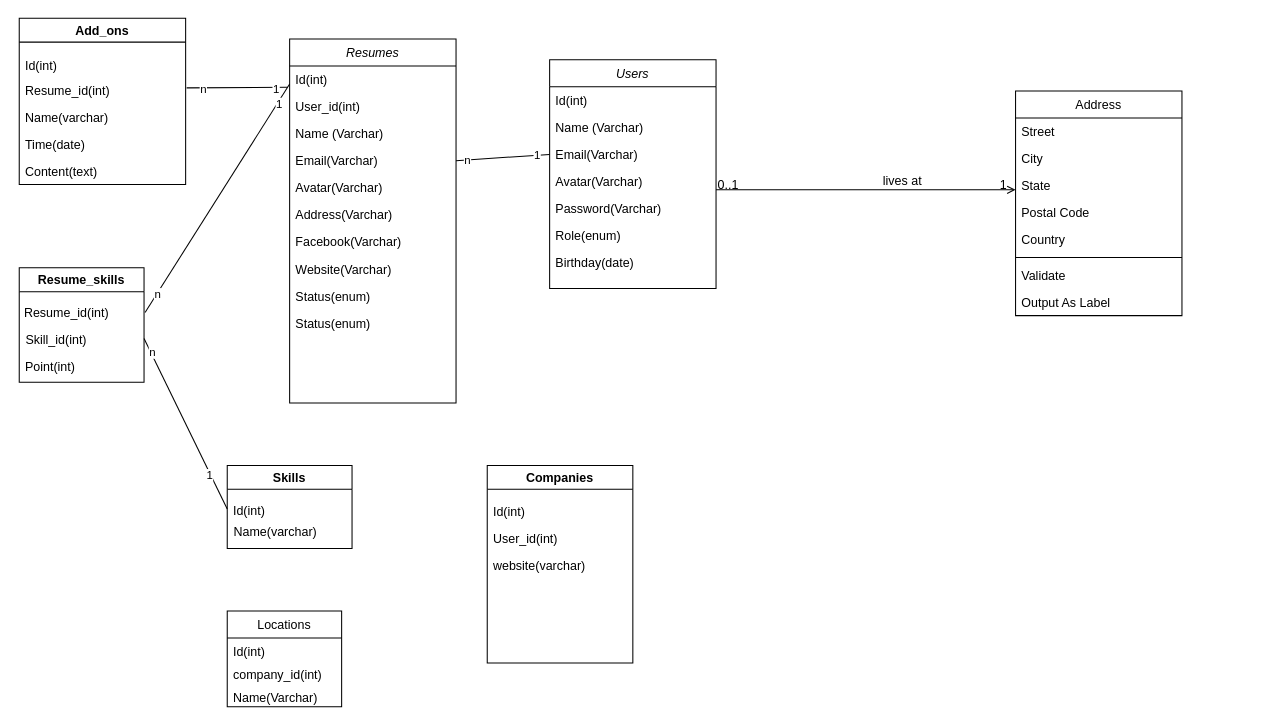
Before: find-job-database.drawio in LVQA1998/libraby, a draw.io diagram. Source tidied: cells renumbered, new cells numbered last; positions are measured from the earlier drawing's top-left corner, leaving out a move shared by most shapes. Both pictures are drawn from the tidied source at 104%, with x=0, y=0 at pixel (18, 18).
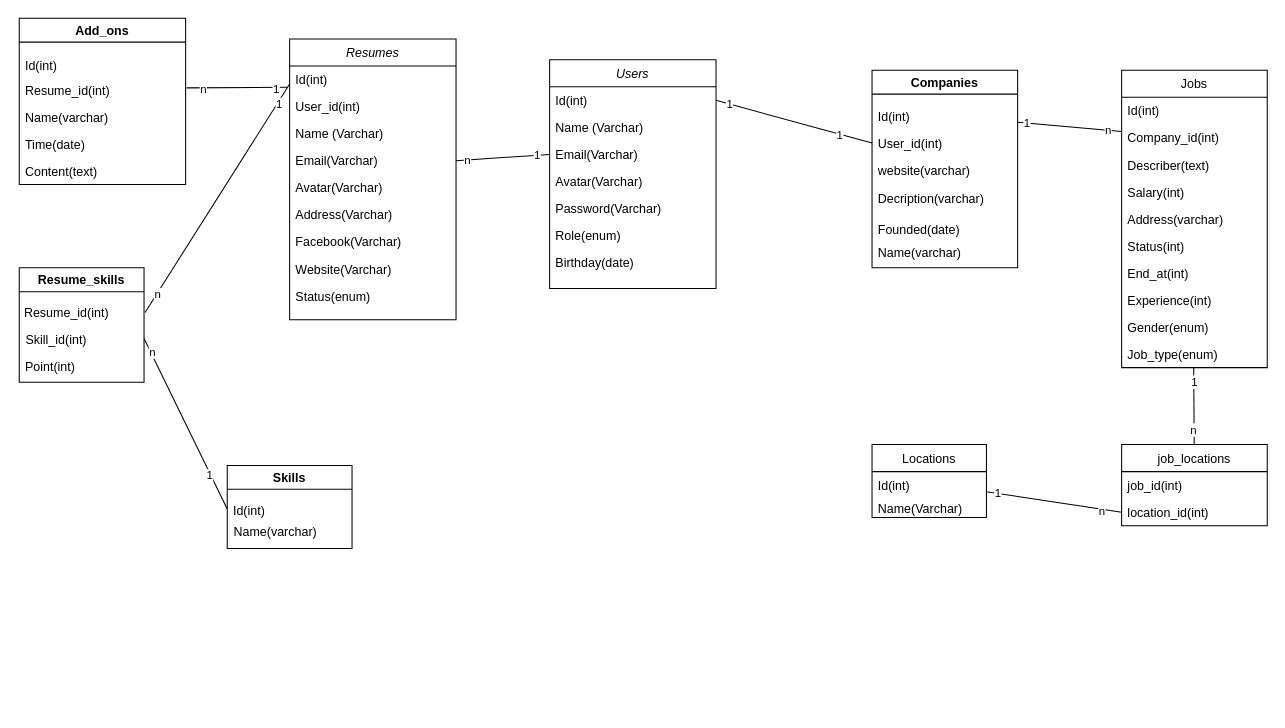
Above is the later version.

The change refers to these unchanged cells:
```xml
<mxCell id="2" value="Users" style="swimlane;fontStyle=2;align=center;verticalAlign=top;horizontal=1;startSize=26;rounded=0;shadow=0;strokeWidth=1;" parent="1" vertex="1">
  <mxGeometry x="511" y="40" width="160" height="220" as="geometry" />
</mxCell>
<mxCell id="3" value="Id(int)" style="text;align=left;verticalAlign=top;spacingLeft=4;spacingRight=4;overflow=hidden;points=[[0,0.5],[1,0.5]];portConstraint=eastwest;" parent="2" vertex="1">
  <mxGeometry y="26" width="160" height="26" as="geometry" />
</mxCell>
<mxCell id="61" value="Id(int)" style="text;strokeColor=none;fillColor=none;align=left;verticalAlign=top;spacingLeft=4;spacingRight=4;overflow=hidden;points=[[0,0.5],[1,0.5]];portConstraint=eastwest;" parent="60" vertex="1">
  <mxGeometry y="31" width="140" height="26" as="geometry" />
</mxCell>
<mxCell id="62" value="User_id(int)" style="text;strokeColor=none;fillColor=none;align=left;verticalAlign=top;spacingLeft=4;spacingRight=4;overflow=hidden;points=[[0,0.5],[1,0.5]];portConstraint=eastwest;" parent="60" vertex="1">
  <mxGeometry y="57" width="140" height="26" as="geometry" />
</mxCell>
<mxCell id="66" value="Id(int)" style="text;strokeColor=none;fillColor=none;align=left;verticalAlign=top;spacingLeft=4;spacingRight=4;overflow=hidden;points=[[0,0.5],[1,0.5]];portConstraint=eastwest;" parent="65" vertex="1">
  <mxGeometry y="26" width="110" height="22" as="geometry" />
</mxCell>
```

Diff of the diagram source:
```diff
@@
-    <mxCell id="10" value="Address" style="swimlane;fontStyle=0;align=center;verticalAlign=top;horizontal=1;startSize=26;rounded=0;shadow=0;strokeWidth=1;" parent="1" vertex="1">
-      <mxGeometry x="959" y="70" width="160" height="216" as="geometry" />
-    </mxCell>
-    <mxCell id="11" value="Street" style="text;align=left;verticalAlign=top;spacingLeft=4;spacingRight=4;overflow=hidden;" parent="10" vertex="1">
-      <mxGeometry y="26" width="160" height="26" as="geometry" />
-    </mxCell>
-    <mxCell id="12" value="City" style="text;align=left;verticalAlign=top;spacingLeft=4;spacingRight=4;overflow=hidden;rounded=0;shadow=0;html=0;" parent="10" vertex="1">
-      <mxGeometry y="52" width="160" height="26" as="geometry" />
-    </mxCell>
-    <mxCell id="13" value="State" style="text;align=left;verticalAlign=top;spacingLeft=4;spacingRight=4;overflow=hidden;rounded=0;shadow=0;html=0;" parent="10" vertex="1">
-      <mxGeometry y="78" width="160" height="26" as="geometry" />
-    </mxCell>
-    <mxCell id="14" value="Postal Code" style="text;align=left;verticalAlign=top;spacingLeft=4;spacingRight=4;overflow=hidden;rounded=0;shadow=0;html=0;" parent="10" vertex="1">
-      <mxGeometry y="104" width="160" height="26" as="geometry" />
-    </mxCell>
-    <mxCell id="15" value="Country" style="text;align=left;verticalAlign=top;spacingLeft=4;spacingRight=4;overflow=hidden;rounded=0;shadow=0;html=0;" parent="10" vertex="1">
-      <mxGeometry y="130" width="160" height="26" as="geometry" />
-    </mxCell>
-    <mxCell id="16" style="line;html=1;strokeWidth=1;align=left;verticalAlign=middle;spacingTop=-1;spacingLeft=3;spacingRight=3;labelPosition=right;" parent="10" vertex="1">
-      <mxGeometry y="156" width="160" height="8" as="geometry" />
-    </mxCell>
-    <mxCell id="17" value="Validate" style="text;align=left;verticalAlign=top;spacingLeft=4;spacingRight=4;overflow=hidden;" parent="10" vertex="1">
-      <mxGeometry y="164" width="160" height="26" as="geometry" />
-    </mxCell>
-    <mxCell id="18" value="Output As Label" style="text;align=left;verticalAlign=top;spacingLeft=4;spacingRight=4;overflow=hidden;" parent="10" vertex="1">
-      <mxGeometry y="190" width="160" height="26" as="geometry" />
-    </mxCell>
-    <mxCell id="19" style="endArrow=open;shadow=0;strokeWidth=1;rounded=0;endFill=1;edgeStyle=elbowEdgeStyle;elbow=vertical;" parent="1" edge="1" source="2" target="10">
-      <mxGeometry x="0.5" y="41" relative="1" as="geometry">
-        <mxPoint x="-40" y="32" as="offset" />
-      </mxGeometry>
-    </mxCell>
-    <mxCell id="20" value="0..1" style="align=left;verticalAlign=bottom;labelBackgroundColor=none;fontSize=12;" parent="19" vertex="1">
-      <mxGeometry x="-1" relative="1" as="geometry">
-        <mxPoint y="4" as="offset" />
-      </mxGeometry>
-    </mxCell>
-    <mxCell id="21" value="1" style="align=right;verticalAlign=bottom;labelBackgroundColor=none;fontSize=12;" parent="19" vertex="1">
-      <mxGeometry x="1" relative="1" as="geometry">
-        <mxPoint x="-7" y="4" as="offset" />
-      </mxGeometry>
-    </mxCell>
-    <mxCell id="22" value="lives at" style="text;html=1;align=center;verticalAlign=middle;labelBackgroundColor=none;rounded=0;shadow=0;strokeWidth=1;fontSize=12;" parent="19" vertex="1">
-      <mxGeometry x="0.5" y="49" relative="1" as="geometry">
-        <mxPoint x="-38" y="40" as="offset" />
-      </mxGeometry>
-    </mxCell>
@@
     <mxCell id="27" value="Resumes" style="swimlane;fontStyle=2;align=center;verticalAlign=top;horizontal=1;startSize=26;rounded=0;shadow=0;strokeWidth=1;" parent="23" vertex="1">
-      <mxGeometry x="261" y="20" width="160" height="350" as="geometry" />
+      <mxGeometry x="261" y="20" width="160" height="270" as="geometry" />
     </mxCell>
@@
-    <mxCell id="37" value="Status(enum)" style="text;align=left;verticalAlign=top;spacingLeft=4;spacingRight=4;overflow=hidden;rounded=0;shadow=0;html=0;" parent="27" vertex="1">
-      <mxGeometry y="260" width="160" height="26" as="geometry" />
-    </mxCell>
@@
     <mxCell id="60" value="Companies" style="swimlane;" parent="23" vertex="1">
-      <mxGeometry x="451" y="430" width="140" height="190" as="geometry" />
+      <mxGeometry x="821" y="50" width="140" height="190" as="geometry" />
     </mxCell>
@@
+    <mxCell id="69" value="Decription(varchar)" style="text;strokeColor=none;fillColor=none;align=left;verticalAlign=top;spacingLeft=4;spacingRight=4;overflow=hidden;" parent="60" vertex="1">
+      <mxGeometry y="110" width="140" height="22" as="geometry" />
+    </mxCell>
+    <mxCell id="70" value="Founded(date)" style="text;strokeColor=none;fillColor=none;align=left;verticalAlign=top;spacingLeft=4;spacingRight=4;overflow=hidden;" parent="60" vertex="1">
+      <mxGeometry y="140" width="140" height="22" as="geometry" />
+    </mxCell>
+    <mxCell id="71" value="Name(varchar)" style="text;strokeColor=none;fillColor=none;align=left;verticalAlign=top;spacingLeft=4;spacingRight=4;overflow=hidden;" parent="60" vertex="1">
+      <mxGeometry y="162" width="140" height="22" as="geometry" />
+    </mxCell>
@@
     <mxCell id="65" value="Locations" style="swimlane;fontStyle=0;horizontal=1;startSize=26;fillColor=none;" parent="23" vertex="1">
-      <mxGeometry x="201" y="570" width="110" height="92" as="geometry" />
+      <mxGeometry x="821" y="410" width="110" height="70" as="geometry" />
     </mxCell>
@@
-    <mxCell id="67" value="company_id(int)" style="text;strokeColor=none;fillColor=none;align=left;verticalAlign=top;spacingLeft=4;spacingRight=4;overflow=hidden;" parent="65" vertex="1">
-      <mxGeometry y="48" width="110" height="22" as="geometry" />
-    </mxCell>
     <mxCell id="68" value="Name(Varchar)" style="text;strokeColor=none;fillColor=none;align=left;verticalAlign=top;spacingLeft=4;spacingRight=4;overflow=hidden;" parent="65" vertex="1">
-      <mxGeometry y="70" width="110" height="22" as="geometry" />
+      <mxGeometry y="48" width="110" height="22" as="geometry" />
     </mxCell>
+    <mxCell id="72" style="edgeStyle=none;rounded=0;jettySize=auto;html=1;exitX=0;exitY=0.5;exitDx=0;exitDy=0;entryX=1;entryY=0.5;entryDx=0;entryDy=0;endArrow=none;endFill=0;" parent="23" edge="1" source="62" target="3">
+      <mxGeometry relative="1" as="geometry" />
+    </mxCell>
+    <mxCell id="73" value="1" style="edgeLabel;html=1;align=center;verticalAlign=middle;" parent="72" vertex="1">
+      <mxGeometry x="0.84" relative="1" as="geometry" />
+    </mxCell>
+    <mxCell id="74" value="1" style="edgeLabel;html=1;align=center;verticalAlign=middle;" parent="72" vertex="1">
+      <mxGeometry x="-0.59" y="1" relative="1" as="geometry" />
+    </mxCell>
+    <mxCell id="75" value="Jobs" style="swimlane;fontStyle=0;horizontal=1;startSize=26;fillColor=none;" parent="23" vertex="1">
+      <mxGeometry x="1061" y="50" width="140" height="286" as="geometry" />
+    </mxCell>
+    <mxCell id="76" value="Id(int)" style="text;strokeColor=none;fillColor=none;align=left;verticalAlign=top;spacingLeft=4;spacingRight=4;overflow=hidden;" parent="75" vertex="1">
+      <mxGeometry y="26" width="140" height="26" as="geometry" />
+    </mxCell>
+    <mxCell id="77" value="Company_id(int)" style="text;strokeColor=none;fillColor=none;align=left;verticalAlign=top;spacingLeft=4;spacingRight=4;overflow=hidden;points=[[0,0.5],[1,0.5]];portConstraint=eastwest;" parent="75" vertex="1">
+      <mxGeometry y="52" width="140" height="26" as="geometry" />
+    </mxCell>
+    <mxCell id="78" value="Describer(text)" style="text;strokeColor=none;fillColor=none;align=left;verticalAlign=top;spacingLeft=4;spacingRight=4;overflow=hidden;" parent="75" vertex="1">
+      <mxGeometry y="78" width="140" height="26" as="geometry" />
+    </mxCell>
+    <mxCell id="79" value="Salary(int)" style="text;strokeColor=none;fillColor=none;align=left;verticalAlign=top;spacingLeft=4;spacingRight=4;overflow=hidden;" parent="75" vertex="1">
+      <mxGeometry y="104" width="140" height="26" as="geometry" />
+    </mxCell>
+    <mxCell id="80" value="Address(varchar)" style="text;strokeColor=none;fillColor=none;align=left;verticalAlign=top;spacingLeft=4;spacingRight=4;overflow=hidden;" parent="75" vertex="1">
+      <mxGeometry y="130" width="140" height="26" as="geometry" />
+    </mxCell>
+    <mxCell id="81" value="Status(int)" style="text;strokeColor=none;fillColor=none;align=left;verticalAlign=top;spacingLeft=4;spacingRight=4;overflow=hidden;" parent="75" vertex="1">
+      <mxGeometry y="156" width="140" height="26" as="geometry" />
+    </mxCell>
+    <mxCell id="82" value="End_at(int)" style="text;strokeColor=none;fillColor=none;align=left;verticalAlign=top;spacingLeft=4;spacingRight=4;overflow=hidden;" parent="75" vertex="1">
+      <mxGeometry y="182" width="140" height="26" as="geometry" />
+    </mxCell>
+    <mxCell id="83" value="Experience(int)" style="text;strokeColor=none;fillColor=none;align=left;verticalAlign=top;spacingLeft=4;spacingRight=4;overflow=hidden;" parent="75" vertex="1">
+      <mxGeometry y="208" width="140" height="26" as="geometry" />
+    </mxCell>
+    <mxCell id="84" value="Gender(enum)" style="text;strokeColor=none;fillColor=none;align=left;verticalAlign=top;spacingLeft=4;spacingRight=4;overflow=hidden;" parent="75" vertex="1">
+      <mxGeometry y="234" width="140" height="26" as="geometry" />
+    </mxCell>
+    <mxCell id="85" value="Job_type(enum)" style="text;strokeColor=none;fillColor=none;align=left;verticalAlign=top;spacingLeft=4;spacingRight=4;overflow=hidden;points=[[0,0.5],[1,0.5]];portConstraint=eastwest;" parent="75" vertex="1">
+      <mxGeometry y="260" width="140" height="26" as="geometry" />
+    </mxCell>
+    <mxCell id="86" style="edgeStyle=none;rounded=0;jettySize=auto;html=1;endArrow=none;endFill=0;" parent="23" edge="1" source="61" target="77">
+      <mxGeometry relative="1" as="geometry" />
+    </mxCell>
+    <mxCell id="87" value="1" style="edgeLabel;html=1;align=center;verticalAlign=middle;" parent="86" vertex="1">
+      <mxGeometry x="-0.82" relative="1" as="geometry" />
+    </mxCell>
+    <mxCell id="88" value="n" style="edgeLabel;html=1;align=center;verticalAlign=middle;" parent="86" vertex="1">
+      <mxGeometry x="0.73" relative="1" as="geometry" />
+    </mxCell>
+    <mxCell id="89" style="edgeStyle=none;rounded=0;jettySize=auto;html=1;endArrow=none;endFill=0;entryX=0.495;entryY=0.974;entryDx=0;entryDy=0;entryPerimeter=0;" parent="23" edge="1" source="92" target="85">
+      <mxGeometry relative="1" as="geometry" />
+    </mxCell>
+    <mxCell id="90" value="1" style="edgeLabel;html=1;align=center;verticalAlign=middle;" parent="89" vertex="1">
+      <mxGeometry x="0.64" relative="1" as="geometry" />
+    </mxCell>
+    <mxCell id="91" value="n" style="edgeLabel;html=1;align=center;verticalAlign=middle;" parent="89" vertex="1">
+      <mxGeometry x="-0.61" y="1" relative="1" as="geometry" />
+    </mxCell>
+    <mxCell id="92" value="job_locations" style="swimlane;fontStyle=0;horizontal=1;startSize=26;fillColor=none;" parent="23" vertex="1">
+      <mxGeometry x="1061" y="410" width="140" height="78" as="geometry" />
+    </mxCell>
+    <mxCell id="93" value="job_id(int)" style="text;strokeColor=none;fillColor=none;align=left;verticalAlign=top;spacingLeft=4;spacingRight=4;overflow=hidden;" parent="92" vertex="1">
+      <mxGeometry y="26" width="140" height="26" as="geometry" />
+    </mxCell>
+    <mxCell id="94" value="location_id(int)" style="text;strokeColor=none;fillColor=none;align=left;verticalAlign=top;spacingLeft=4;spacingRight=4;overflow=hidden;points=[[0,0.5],[1,0.5]];portConstraint=eastwest;" parent="92" vertex="1">
+      <mxGeometry y="52" width="140" height="26" as="geometry" />
+    </mxCell>
+    <mxCell id="95" style="edgeStyle=none;rounded=0;jettySize=auto;html=1;entryX=0;entryY=0.5;entryDx=0;entryDy=0;endArrow=none;endFill=0;" parent="23" edge="1" source="66" target="94">
+      <mxGeometry relative="1" as="geometry" />
+    </mxCell>
+    <mxCell id="96" value="1" style="edgeLabel;html=1;align=center;verticalAlign=middle;" parent="95" vertex="1">
+      <mxGeometry x="-0.83" relative="1" as="geometry" />
+    </mxCell>
+    <mxCell id="97" value="n" style="edgeLabel;html=1;align=center;verticalAlign=middle;" parent="95" vertex="1">
+      <mxGeometry x="0.71" y="-1" relative="1" as="geometry" />
+    </mxCell>
```
